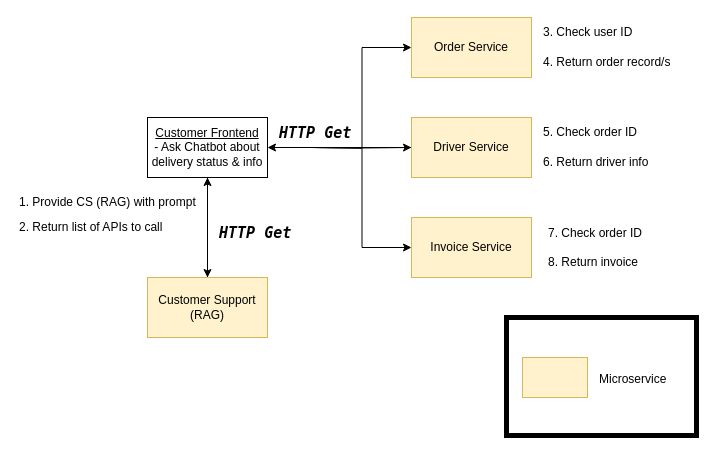
Above: diagrams/Scenario4.drawio in darkliyznyanlin910/esd-2425T2 (draw.io), before the change. Source tidied: cells renumbered, new cells numbered last; positions are measured from the earlier drawing's top-left corner, leaving out a move shared by most shapes. Both pictures are drawn from the tidied source at 100%, with x=0, y=0 at pixel (17, 17).
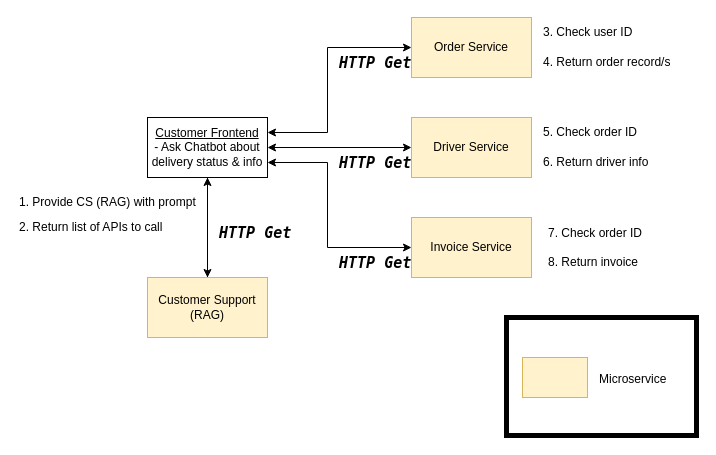
The same page after the edit.

Unchanged cells that the change refers to:
```xml
<mxCell id="5" value="&lt;u&gt;&lt;font color=&quot;#000000&quot;&gt;Customer Frontend&lt;/font&gt;&lt;br&gt;&lt;/u&gt;&lt;span style=&quot;background-color: transparent; color: light-dark(rgb(0, 0, 0), rgb(255, 255, 255));&quot;&gt;- Ask Chatbot about delivery status &amp;amp; info&lt;/span&gt;" style="rounded=0;whiteSpace=wrap;html=1;align=center;" parent="1" vertex="1">
  <mxGeometry x="130" y="100" width="120" height="60" as="geometry" />
</mxCell>
<mxCell id="9" value="Order Service" style="rounded=0;whiteSpace=wrap;html=1;fillColor=#fff2cc;strokeColor=#d6b656;" parent="1" vertex="1">
  <mxGeometry x="394" width="120" height="60" as="geometry" />
</mxCell>
<mxCell id="11" value="Driver Service" style="rounded=0;whiteSpace=wrap;html=1;fillColor=#fff2cc;strokeColor=#d6b656;" parent="1" vertex="1">
  <mxGeometry x="394" y="100" width="120" height="60" as="geometry" />
</mxCell>
<mxCell id="18" value="Invoice Service" style="rounded=0;whiteSpace=wrap;html=1;fillColor=#fff2cc;strokeColor=#d6b656;" parent="1" vertex="1">
  <mxGeometry x="394" y="200" width="120" height="60" as="geometry" />
</mxCell>
```

Diff of the diagram source:
```diff
@@
-    <mxCell id="2" style="edgeStyle=orthogonalEdgeStyle;rounded=0;jettySize=auto;html=1;exitX=1;exitY=0.5;exitDx=0;exitDy=0;entryX=0;entryY=0.5;entryDx=0;entryDy=0;" parent="1" edge="1" target="9">
-      <mxGeometry relative="1" as="geometry">
-        <mxPoint x="294" y="130" as="sourcePoint" />
-      </mxGeometry>
-    </mxCell>
-    <mxCell id="3" style="edgeStyle=orthogonalEdgeStyle;rounded=0;jettySize=auto;html=1;exitX=1;exitY=0.5;exitDx=0;exitDy=0;entryX=0;entryY=0.5;entryDx=0;entryDy=0;" parent="1" edge="1" target="11">
-      <mxGeometry relative="1" as="geometry">
-        <mxPoint x="294" y="130" as="sourcePoint" />
-      </mxGeometry>
-    </mxCell>
@@
+    <mxCell id="26" style="edgeStyle=orthogonalEdgeStyle;html=1;exitX=1;exitY=0.25;exitDx=0;exitDy=0;entryX=0;entryY=0.5;entryDx=0;entryDy=0;rounded=0;curved=0;startArrow=classic;startFill=1;" parent="1" edge="1" source="5" target="9">
+      <mxGeometry relative="1" as="geometry">
+        <Array as="points">
+          <mxPoint x="310" y="115" />
+          <mxPoint x="310" y="30" />
+        </Array>
+      </mxGeometry>
+    </mxCell>
+    <mxCell id="27" style="edgeStyle=none;html=1;exitX=1;exitY=0.5;exitDx=0;exitDy=0;entryX=0;entryY=0.5;entryDx=0;entryDy=0;startArrow=classic;startFill=1;" parent="1" edge="1" source="5" target="11">
+      <mxGeometry relative="1" as="geometry" />
+    </mxCell>
+    <mxCell id="28" style="edgeStyle=orthogonalEdgeStyle;html=1;exitX=1;exitY=0.75;exitDx=0;exitDy=0;entryX=0;entryY=0.5;entryDx=0;entryDy=0;rounded=0;startArrow=classic;startFill=1;" parent="1" edge="1" source="5" target="18">
+      <mxGeometry relative="1" as="geometry">
+        <Array as="points">
+          <mxPoint x="310" y="145" />
+          <mxPoint x="310" y="230" />
+        </Array>
+      </mxGeometry>
+    </mxCell>
@@
-    <mxCell id="10" style="edgeStyle=none;html=1;exitX=0;exitY=0.5;exitDx=0;exitDy=0;" parent="1" edge="1" source="11" target="5">
-      <mxGeometry relative="1" as="geometry" />
-    </mxCell>
@@
-    <mxCell id="20" style="edgeStyle=orthogonalEdgeStyle;rounded=0;jettySize=auto;html=1;exitX=1;exitY=0.5;exitDx=0;exitDy=0;entryX=0;entryY=0.5;entryDx=0;entryDy=0;" parent="1" edge="1" target="18">
-      <mxGeometry relative="1" as="geometry">
-        <mxPoint x="294" y="130" as="sourcePoint" />
-      </mxGeometry>
-    </mxCell>
@@
     <mxCell id="22" value="&lt;h5&gt;&lt;font style=&quot;font-size: 15px;&quot; face=&quot;Lucida Console&quot;&gt;&lt;i&gt;HTTP Get&lt;/i&gt;&lt;/font&gt;&lt;/h5&gt;" style="text;html=1;align=left;verticalAlign=middle;whiteSpace=wrap;rounded=0;" parent="1" vertex="1">
-      <mxGeometry x="260" y="100" width="100" height="30" as="geometry" />
+      <mxGeometry x="320" y="130" width="80" height="30" as="geometry" />
     </mxCell>
@@
+    <mxCell id="29" value="&lt;h5&gt;&lt;font style=&quot;font-size: 15px;&quot; face=&quot;Lucida Console&quot;&gt;&lt;i&gt;HTTP Get&lt;/i&gt;&lt;/font&gt;&lt;/h5&gt;" style="text;html=1;align=left;verticalAlign=middle;whiteSpace=wrap;rounded=0;" parent="1" vertex="1">
+      <mxGeometry x="320" y="230" width="80" height="30" as="geometry" />
+    </mxCell>
+    <mxCell id="30" value="&lt;h5&gt;&lt;font style=&quot;font-size: 15px;&quot; face=&quot;Lucida Console&quot;&gt;&lt;i&gt;HTTP Get&lt;/i&gt;&lt;/font&gt;&lt;/h5&gt;" style="text;html=1;align=left;verticalAlign=middle;whiteSpace=wrap;rounded=0;" parent="1" vertex="1">
+      <mxGeometry x="320" y="30" width="80" height="30" as="geometry" />
+    </mxCell>
```
